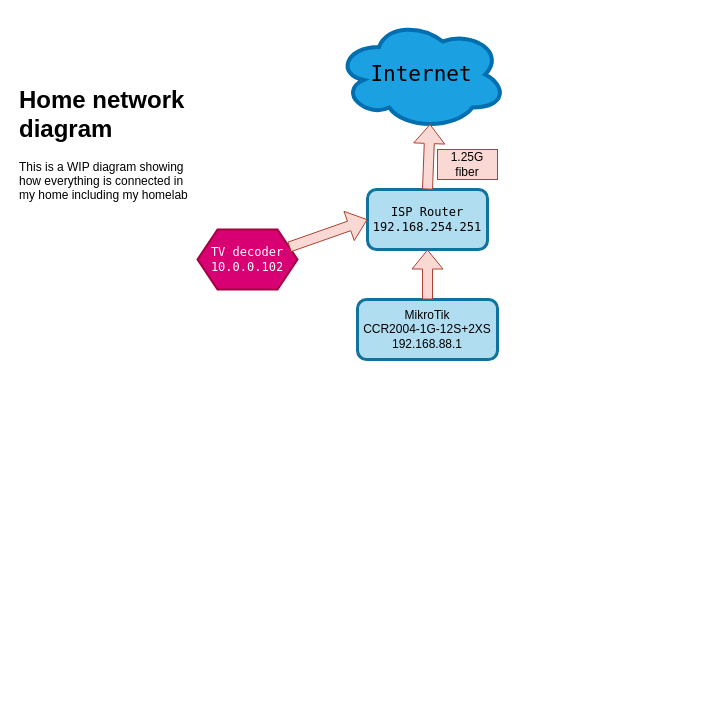
This is info/Network.drawio from AndreansxTech/Routing-in-the-stars, a draw.io file, before an edit. Source tidied: cells renumbered, new cells numbered last; positions are measured from the earlier drawing's top-left corner, leaving out a move shared by most shapes. Both pictures are drawn from the tidied source at 100%, with x=0, y=0 at pixel (17, 19).
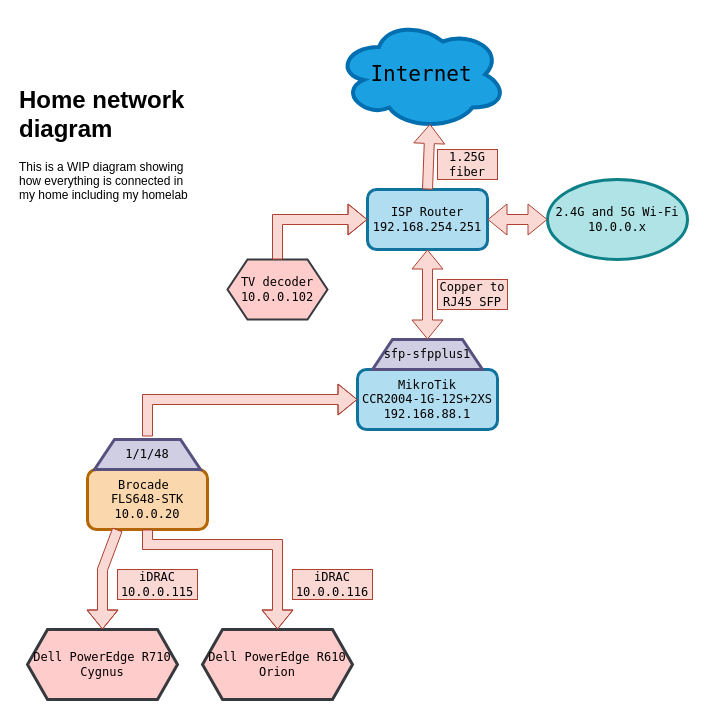
Above is the later version.

The change refers to these unchanged cells:
```xml
<mxCell id="3" value="ISP Router&lt;div&gt;192.168.254.251&lt;/div&gt;" style="rounded=1;whiteSpace=wrap;html=1;fontFamily=Lucida Console;fillColor=#b1ddf0;strokeColor=#10739e;strokeWidth=3;" parent="1" vertex="1">
  <mxGeometry x="350" y="170" width="120" height="60" as="geometry" />
</mxCell>
```

Change to the diagram source:
```diff
@@
-    <mxCell id="7" value="&lt;font face=&quot;Lucida Console&quot;&gt;TV decoder&lt;/font&gt;&lt;div&gt;&lt;font face=&quot;Lucida Console&quot;&gt;10.0.0.102&lt;/font&gt;&lt;/div&gt;" style="shape=hexagon;perimeter=hexagonPerimeter2;whiteSpace=wrap;html=1;fixedSize=1;fillColor=#d80073;fontColor=#ffffff;strokeColor=#A50040;strokeWidth=2;" parent="1" vertex="1">
-      <mxGeometry x="180" y="210" width="100" height="60" as="geometry" />
+    <mxCell id="7" value="&lt;font face=&quot;Lucida Console&quot;&gt;TV decoder&lt;/font&gt;&lt;div&gt;&lt;font face=&quot;Lucida Console&quot;&gt;10.0.0.102&lt;/font&gt;&lt;/div&gt;" style="shape=hexagon;perimeter=hexagonPerimeter2;whiteSpace=wrap;html=1;fixedSize=1;strokeWidth=2;fillColor=#ffcccc;strokeColor=#36393d;" parent="1" vertex="1">
+      <mxGeometry x="210" y="240" width="100" height="60" as="geometry" />
     </mxCell>
-    <mxCell id="8" style="shape=flexArrow;endArrow=classic;html=1;rounded=0;exitX=1;exitY=0.25;exitDx=0;exitDy=0;entryX=0;entryY=0.5;entryDx=0;entryDy=0;fillColor=#fad9d5;strokeColor=#ae4132;" parent="1" edge="1" source="7" target="3">
-      <mxGeometry relative="1" as="geometry" />
+    <mxCell id="8" style="shape=flexArrow;endArrow=classic;html=1;rounded=0;exitX=0.5;exitY=0;exitDx=0;exitDy=0;entryX=0;entryY=0.5;entryDx=0;entryDy=0;fillColor=#fad9d5;strokeColor=#ae4132;" parent="1" edge="1" source="7" target="3">
+      <mxGeometry relative="1" as="geometry">
+        <Array as="points">
+          <mxPoint x="260" y="200" />
+        </Array>
+      </mxGeometry>
     </mxCell>
-    <mxCell id="9" value="MikroTik&lt;div&gt;CCR2004-1G-12S+2XS&lt;/div&gt;&lt;div&gt;192.168.88.1&lt;/div&gt;" style="rounded=1;whiteSpace=wrap;html=1;fillColor=#b1ddf0;strokeColor=#10739e;strokeWidth=3;" parent="1" vertex="1">
-      <mxGeometry x="340" y="280" width="140" height="60" as="geometry" />
+    <mxCell id="9" value="&lt;font face=&quot;Lucida Console&quot;&gt;MikroTik&lt;/font&gt;&lt;div&gt;&lt;font face=&quot;Lucida Console&quot;&gt;CCR2004-1G-12S+2XS&lt;/font&gt;&lt;/div&gt;&lt;div&gt;&lt;font face=&quot;Lucida Console&quot;&gt;192.168.88.1&lt;/font&gt;&lt;/div&gt;" style="rounded=1;whiteSpace=wrap;html=1;fillColor=#b1ddf0;strokeColor=#10739e;strokeWidth=3;" parent="1" vertex="1">
+      <mxGeometry x="340" y="350" width="140" height="60" as="geometry" />
     </mxCell>
-    <mxCell id="10" style="shape=flexArrow;endArrow=classic;html=1;rounded=0;exitX=0.5;exitY=0;exitDx=0;exitDy=0;entryX=0.5;entryY=1;entryDx=0;entryDy=0;fillColor=#fad9d5;strokeColor=#ae4132;" parent="1" edge="1" source="9" target="3">
-      <mxGeometry relative="1" as="geometry" />
-    </mxCell>
-    <mxCell id="11" value="1.25G fiber" style="text;html=1;align=center;verticalAlign=middle;whiteSpace=wrap;rounded=0;fillColor=#fad9d5;strokeColor=#ae4132;" parent="1" vertex="1">
+    <mxCell id="11" value="&lt;font face=&quot;Lucida Console&quot;&gt;1.25G fiber&lt;/font&gt;" style="text;html=1;align=center;verticalAlign=middle;whiteSpace=wrap;rounded=0;fillColor=#fad9d5;strokeColor=#ae4132;" parent="1" vertex="1">
       <mxGeometry x="420" y="130" width="60" height="30" as="geometry" />
     </mxCell>
+    <mxCell id="12" value="&lt;font face=&quot;Lucida Console&quot;&gt;Copper to&lt;/font&gt;&lt;div&gt;&lt;font face=&quot;Lucida Console&quot;&gt;RJ45 SFP&lt;/font&gt;&lt;/div&gt;" style="text;html=1;align=center;verticalAlign=middle;whiteSpace=wrap;rounded=0;fillColor=#fad9d5;strokeColor=#ae4132;" parent="1" vertex="1">
+      <mxGeometry x="420" y="260" width="70" height="30" as="geometry" />
+    </mxCell>
+    <mxCell id="13" value="&lt;font face=&quot;Lucida Console&quot;&gt;2.4G and 5G Wi-Fi&lt;/font&gt;&lt;div&gt;&lt;font face=&quot;Lucida Console&quot;&gt;10.0.0.x&lt;/font&gt;&lt;/div&gt;" style="ellipse;whiteSpace=wrap;html=1;fillColor=#b0e3e6;strokeColor=#0e8088;strokeWidth=3;" parent="1" vertex="1">
+      <mxGeometry x="530" y="160" width="140" height="80" as="geometry" />
+    </mxCell>
+    <mxCell id="14" style="shape=flexArrow;endArrow=classic;startArrow=classic;html=1;rounded=0;fillColor=#fad9d5;strokeColor=#ae4132;entryX=0;entryY=0.5;entryDx=0;entryDy=0;exitX=1;exitY=0.5;exitDx=0;exitDy=0;" parent="1" edge="1" source="3" target="13">
+      <mxGeometry relative="1" as="geometry" />
+    </mxCell>
+    <mxCell id="15" value="&lt;font face=&quot;Lucida Console&quot;&gt;sfp-sfpplus1&lt;/font&gt;" style="shape=trapezoid;perimeter=trapezoidPerimeter;whiteSpace=wrap;html=1;fixedSize=1;fillColor=#d0cee2;strokeColor=#56517e;strokeWidth=3;" parent="1" vertex="1">
+      <mxGeometry x="355" y="320" width="110" height="30" as="geometry" />
+    </mxCell>
+    <mxCell id="16" style="shape=flexArrow;endArrow=classic;startArrow=classic;html=1;rounded=0;entryX=0.5;entryY=1;entryDx=0;entryDy=0;exitX=0.5;exitY=0;exitDx=0;exitDy=0;fillColor=#fad9d5;strokeColor=#ae4132;" parent="1" edge="1" source="15" target="3">
+      <mxGeometry relative="1" as="geometry" />
+    </mxCell>
+    <mxCell id="17" value="&lt;font face=&quot;Lucida Console&quot;&gt;Brocade&amp;nbsp;&lt;/font&gt;&lt;div&gt;&lt;font face=&quot;Lucida Console&quot;&gt;FLS648-STK&lt;/font&gt;&lt;/div&gt;&lt;div&gt;&lt;font face=&quot;Lucida Console&quot;&gt;10.0.0.20&lt;/font&gt;&lt;/div&gt;" style="rounded=1;whiteSpace=wrap;html=1;fillColor=#fad7ac;strokeColor=#b46504;strokeWidth=3;" parent="1" vertex="1">
+      <mxGeometry x="70" y="450" width="120" height="60" as="geometry" />
+    </mxCell>
+    <mxCell id="18" value="&lt;font face=&quot;Lucida Console&quot;&gt;1/1/48&lt;/font&gt;" style="shape=trapezoid;perimeter=trapezoidPerimeter;whiteSpace=wrap;html=1;fixedSize=1;fillColor=#d0cee2;strokeColor=#56517e;perimeterSpacing=3;strokeWidth=3;" parent="1" vertex="1">
+      <mxGeometry x="77" y="420" width="106" height="30" as="geometry" />
+    </mxCell>
+    <mxCell id="19" style="shape=flexArrow;endArrow=classic;html=1;rounded=0;exitX=0.5;exitY=0;exitDx=0;exitDy=0;entryX=0;entryY=0.5;entryDx=0;entryDy=0;fillColor=#fad9d5;strokeColor=#ae4132;" parent="1" edge="1" source="18" target="9">
+      <mxGeometry relative="1" as="geometry">
+        <Array as="points">
+          <mxPoint x="130" y="380" />
+        </Array>
+      </mxGeometry>
+    </mxCell>
+    <mxCell id="20" value="&lt;font face=&quot;Lucida Console&quot;&gt;Dell PowerEdge R710&lt;/font&gt;&lt;div&gt;&lt;font face=&quot;Lucida Console&quot;&gt;Cygnus&lt;/font&gt;&lt;/div&gt;" style="shape=hexagon;perimeter=hexagonPerimeter2;whiteSpace=wrap;html=1;fixedSize=1;fillColor=#ffcccc;strokeColor=#36393d;strokeWidth=3;" parent="1" vertex="1">
+      <mxGeometry x="10" y="610" width="150" height="70" as="geometry" />
+    </mxCell>
+    <mxCell id="21" style="shape=flexArrow;endArrow=classic;html=1;rounded=0;exitX=0.25;exitY=1;exitDx=0;exitDy=0;entryX=0.5;entryY=0;entryDx=0;entryDy=0;fillColor=#fad9d5;strokeColor=#ae4132;" parent="1" edge="1" source="17" target="20">
+      <mxGeometry relative="1" as="geometry">
+        <Array as="points">
+          <mxPoint x="85" y="550" />
+        </Array>
+      </mxGeometry>
+    </mxCell>
+    <mxCell id="22" value="&lt;font face=&quot;Lucida Console&quot;&gt;iDRAC&lt;/font&gt;&lt;div&gt;&lt;font face=&quot;Lucida Console&quot;&gt;10.0.0.115&lt;/font&gt;&lt;/div&gt;" style="rounded=0;whiteSpace=wrap;html=1;fillColor=#fad9d5;strokeColor=#ae4132;" parent="1" vertex="1">
+      <mxGeometry x="100" y="550" width="80" height="30" as="geometry" />
+    </mxCell>
+    <mxCell id="23" value="&lt;font face=&quot;Lucida Console&quot;&gt;Dell PowerEdge R610&lt;/font&gt;&lt;div&gt;&lt;font face=&quot;Lucida Console&quot;&gt;Orion&lt;/font&gt;&lt;/div&gt;" style="shape=hexagon;perimeter=hexagonPerimeter2;whiteSpace=wrap;html=1;fixedSize=1;fillColor=#ffcccc;strokeColor=#36393d;strokeWidth=3;" parent="1" vertex="1">
+      <mxGeometry x="185" y="610" width="150" height="70" as="geometry" />
+    </mxCell>
+    <mxCell id="24" style="shape=flexArrow;endArrow=classic;html=1;rounded=0;exitX=0.5;exitY=1;exitDx=0;exitDy=0;entryX=0.5;entryY=0;entryDx=0;entryDy=0;fillColor=#fad9d5;strokeColor=#ae4132;" parent="1" edge="1" source="17" target="23">
+      <mxGeometry relative="1" as="geometry">
+        <Array as="points">
+          <mxPoint x="130" y="525" />
+          <mxPoint x="260" y="525" />
+        </Array>
+      </mxGeometry>
+    </mxCell>
+    <mxCell id="25" value="&lt;font face=&quot;Lucida Console&quot;&gt;iDRAC&lt;/font&gt;&lt;div&gt;&lt;font face=&quot;Lucida Console&quot;&gt;10.0.0.116&lt;/font&gt;&lt;/div&gt;" style="rounded=0;whiteSpace=wrap;html=1;fillColor=#fad9d5;strokeColor=#ae4132;" parent="1" vertex="1">
+      <mxGeometry x="275" y="550" width="80" height="30" as="geometry" />
+    </mxCell>
```
